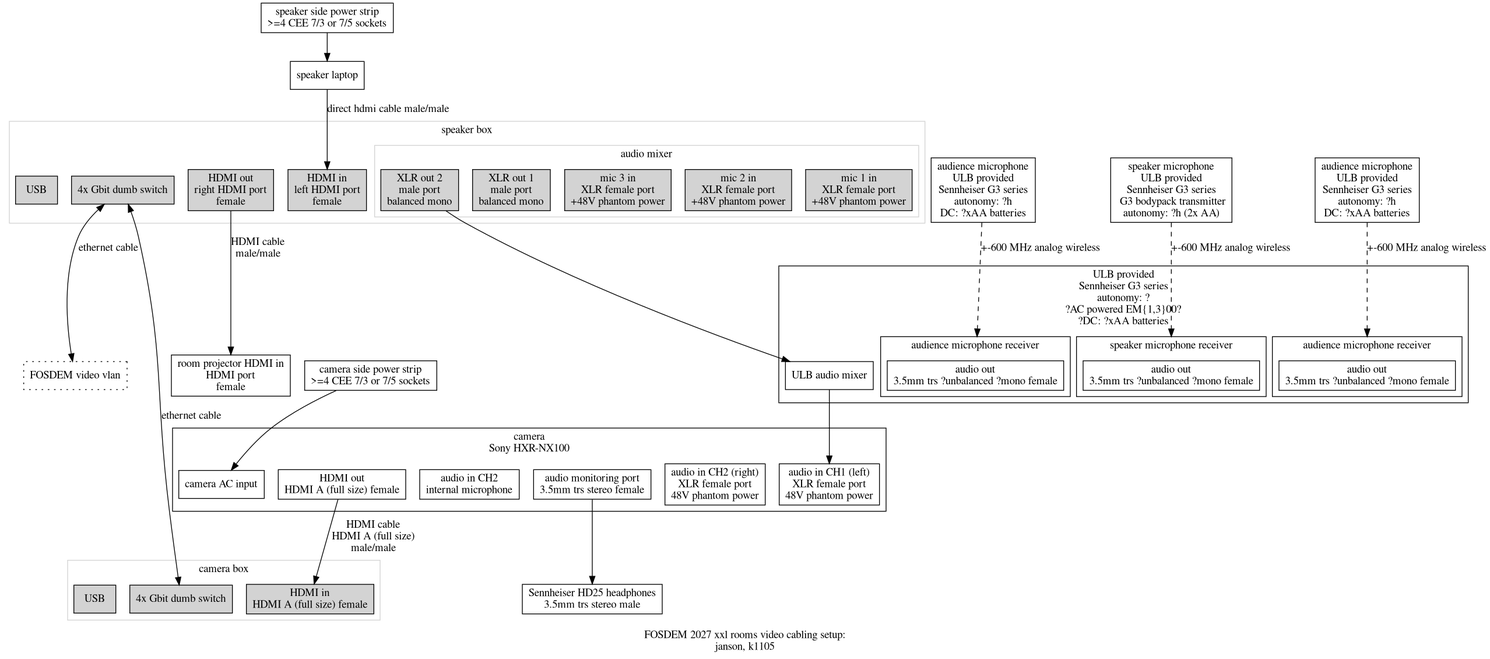
The Graphviz diagram graph/cabling_xxl_rooms.png in zeridon/video, before a commit. Its source is kept beside it as graph/cabling_xxl_rooms.dot.
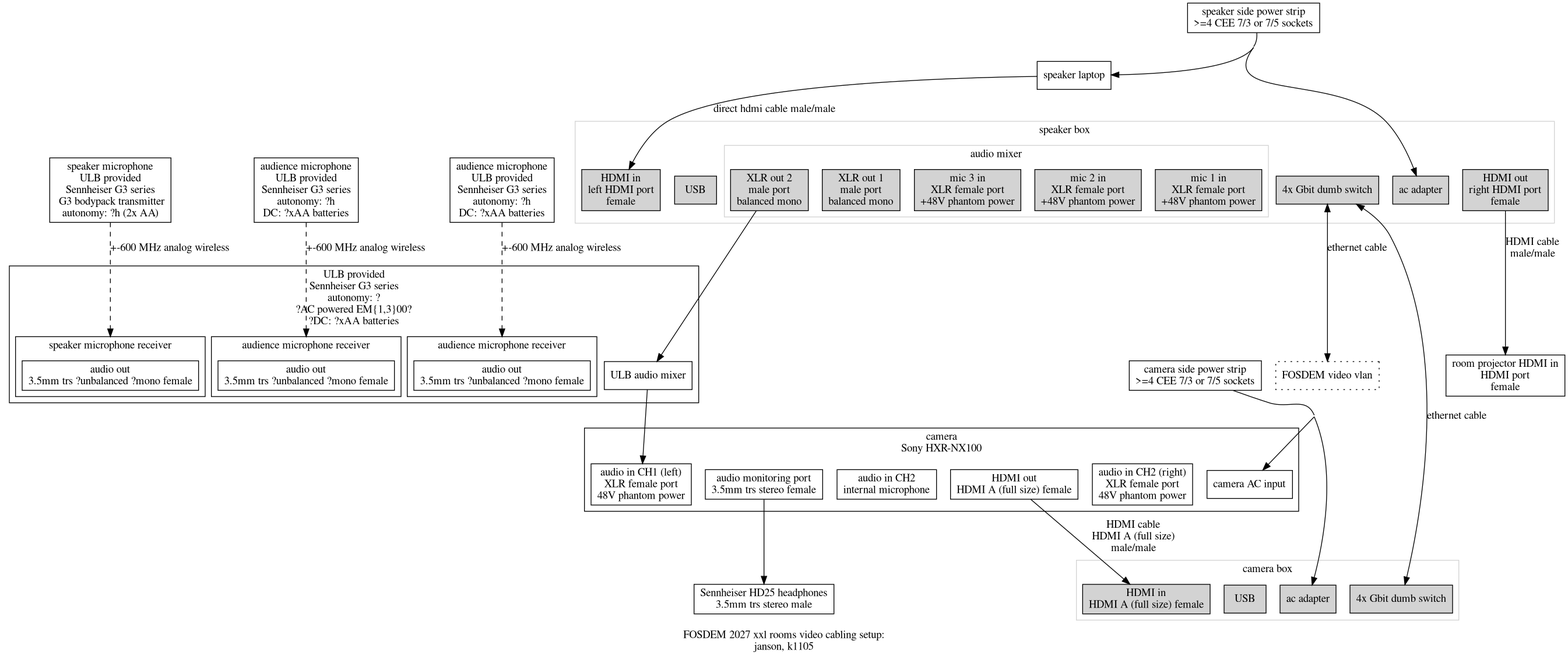
After the commit.

Commit message:
update xxl cabling diagram

Diff of the diagram source:
```diff
@@ -55,6 +55,7 @@
 				cam_box_hdmi_in [label="HDMI in\nHDMI A (full size) female"];
 				cam_box_switch [label="4x Gbit dumb switch"];
 				cam_box_usb [label="USB"];
+				cam_box_ac_in [label="ac adapter"];
 			}
 		}
 
@@ -75,6 +76,8 @@
 					mix_panel_out_1 [label="XLR out 1\nmale port\nbalanced mono"];
 					mix_panel_out_2 [label="XLR out 2\nmale port\nbalanced mono"];
 				}
+				speaker_box_ac_in [label="ac adapter"];
+
 	}
 		}
 	}
@@ -102,6 +105,8 @@
 
 	# AC power
 	cam_power_strip -> camera_ac_in;
+	cam_power_strip -> cam_box_ac_in;
 
 	speaker_power_strip -> speaker_laptop;
+	speaker_power_strip -> speaker_box_ac_in;
 }
```
